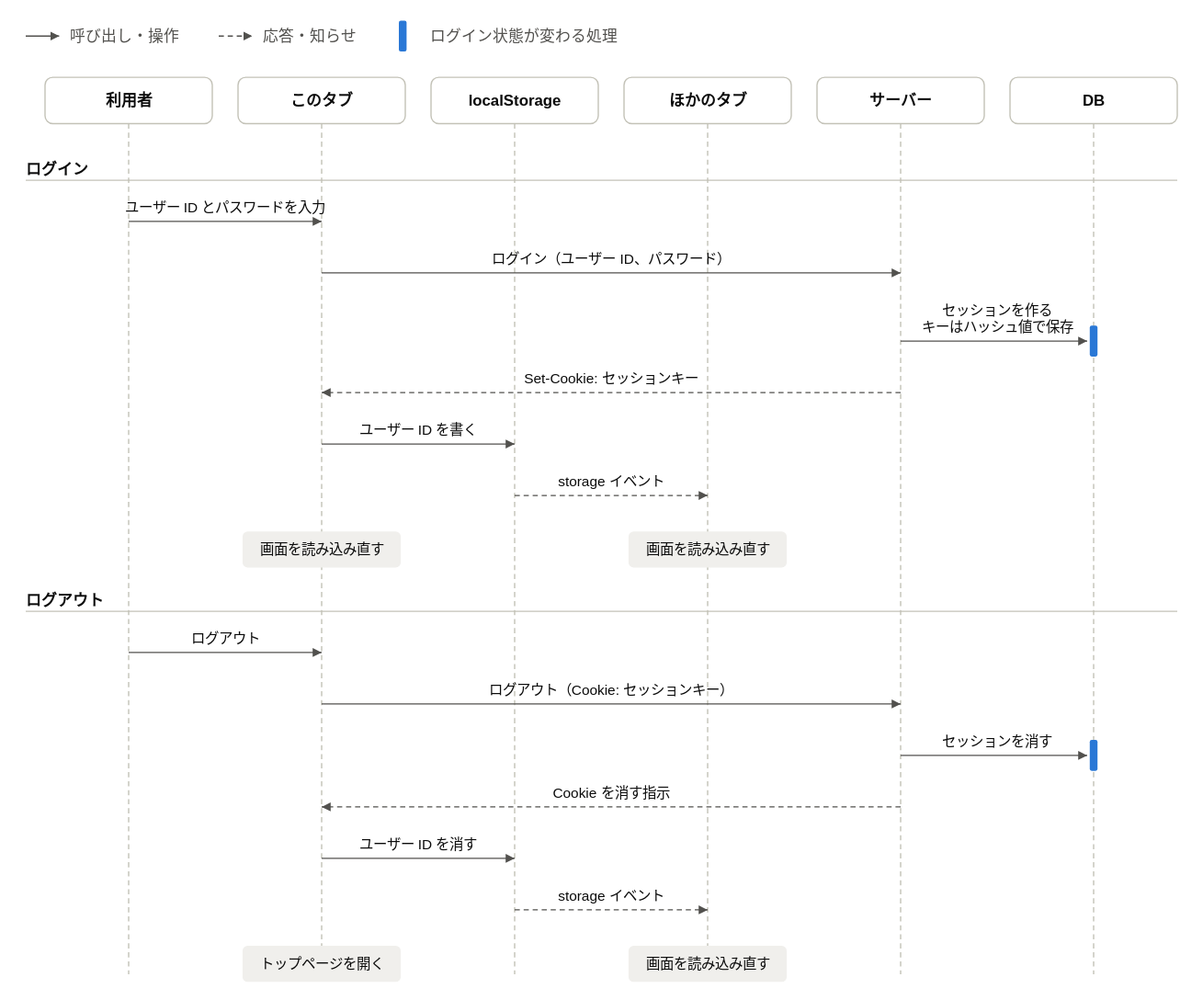
The draw.io diagram demo/101_販売管理システム/標準仕様書/images/ログインの流れ_ログインとログアウト.drawio.svg in halllky/NijoAppScaffold, before a commit. Source tidied: cells renumbered, new cells last; positions are measured from the earlier drawing's top-left corner, leaving out a move shared by most shapes.
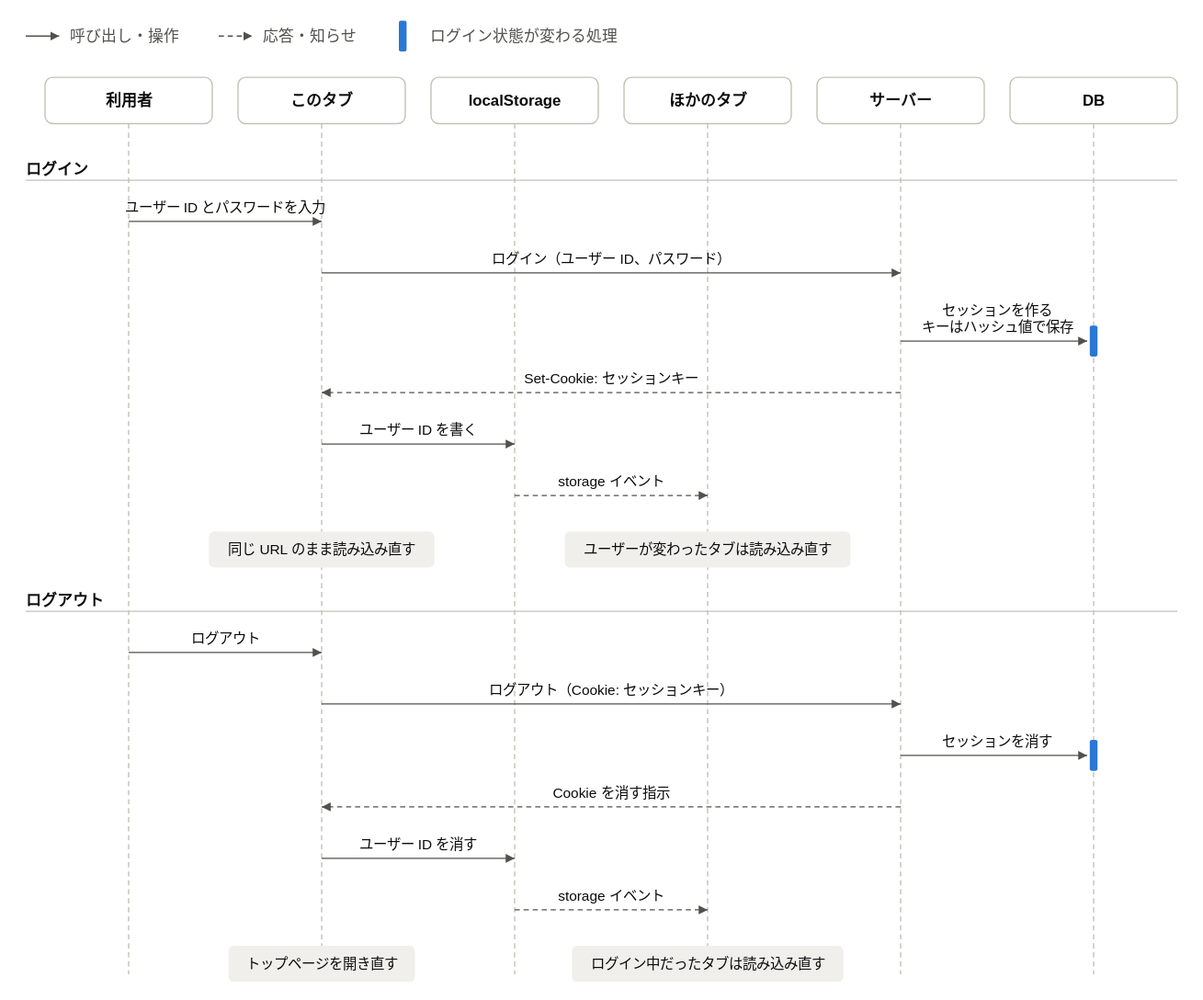
After the commit.

Commit message:
デモ101 標準仕様書13章の流れ図を、本文の条件と食い違って見えないように直す

- ログインとログアウトの図：このタブは同じ URL のまま読み込み直すこと（AUTH-005）、ほかのタブはユーザーが変わったタブ、ログイン中だったタブだけが読み込み直すことを注記にする。
- ログイン状態が切れていたときの図：Cookie を消させる段に、ログイン状態が変わる処理の印を付ける。別のユーザーでログインし直したときは送り直さずに読み込み直し、同じユーザーのときだけ呼び出し直す分かれ道を描く。

Claude-Session: https://claude.ai/code/session_01VmEwDMyciJ5svY5fNVQSZm

The edit, as a diff of the source:
```diff
@@ -165,16 +165,16 @@
       <mxGeometry x="380" y="350" width="150" height="13" as="geometry" />
     </mxCell>
     <mxCell id="41" style="rounded=1;absoluteArcSize=1;arcSize=8;html=1;fillColor=#f0efec;strokeColor=none;strokeWidth=1;" parent="1" vertex="1">
-      <mxGeometry x="168.5" y="397" width="123" height="28" as="geometry" />
+      <mxGeometry x="142.4" y="397" width="175.2" height="28" as="geometry" />
     </mxCell>
-    <mxCell id="42" value="画面を読み込み直す" style="text;html=1;align=center;verticalAlign=middle;fontSize=11;fontColor=#0b0b0b;fontStyle=0;spacing=0;" parent="1" vertex="1">
-      <mxGeometry x="172.5" y="397" width="115" height="28" as="geometry" />
+    <mxCell id="42" value="同じ URL のまま読み込み直す" style="text;html=1;align=center;verticalAlign=middle;fontSize=11;fontColor=#0b0b0b;fontStyle=0;spacing=0;" parent="1" vertex="1">
+      <mxGeometry x="146.4" y="397" width="167.2" height="28" as="geometry" />
     </mxCell>
     <mxCell id="43" style="rounded=1;absoluteArcSize=1;arcSize=8;html=1;fillColor=#f0efec;strokeColor=none;strokeWidth=1;" parent="1" vertex="1">
-      <mxGeometry x="468.5" y="397" width="123" height="28" as="geometry" />
+      <mxGeometry x="419" y="397" width="222" height="28" as="geometry" />
     </mxCell>
-    <mxCell id="44" value="画面を読み込み直す" style="text;html=1;align=center;verticalAlign=middle;fontSize=11;fontColor=#0b0b0b;fontStyle=0;spacing=0;" parent="1" vertex="1">
-      <mxGeometry x="472.5" y="397" width="115" height="28" as="geometry" />
+    <mxCell id="44" value="ユーザーが変わったタブは読み込み直す" style="text;html=1;align=center;verticalAlign=middle;fontSize=11;fontColor=#0b0b0b;fontStyle=0;spacing=0;" parent="1" vertex="1">
+      <mxGeometry x="423" y="397" width="214" height="28" as="geometry" />
     </mxCell>
     <mxCell id="45" style="html=1;rounded=0;endArrow=none;endFill=1;endSize=6;startArrow=none;strokeColor=#c3c2b7;strokeWidth=1;fontSize=11;fontColor=#52514e;labelBackgroundColor=#ffffff;" parent="1" edge="1">
       <mxGeometry relative="1" as="geometry">
@@ -243,16 +243,16 @@
       <mxGeometry x="380" y="672" width="150" height="13" as="geometry" />
     </mxCell>
     <mxCell id="60" style="rounded=1;absoluteArcSize=1;arcSize=8;html=1;fillColor=#f0efec;strokeColor=none;strokeWidth=1;" parent="1" vertex="1">
-      <mxGeometry x="168.5" y="719" width="123" height="28" as="geometry" />
+      <mxGeometry x="157.5" y="719" width="145" height="28" as="geometry" />
     </mxCell>
-    <mxCell id="61" value="トップページを開く" style="text;html=1;align=center;verticalAlign=middle;fontSize=11;fontColor=#0b0b0b;fontStyle=0;spacing=0;" parent="1" vertex="1">
-      <mxGeometry x="172.5" y="719" width="115" height="28" as="geometry" />
+    <mxCell id="61" value="トップページを開き直す" style="text;html=1;align=center;verticalAlign=middle;fontSize=11;fontColor=#0b0b0b;fontStyle=0;spacing=0;" parent="1" vertex="1">
+      <mxGeometry x="161.5" y="719" width="137" height="28" as="geometry" />
     </mxCell>
     <mxCell id="62" style="rounded=1;absoluteArcSize=1;arcSize=8;html=1;fillColor=#f0efec;strokeColor=none;strokeWidth=1;" parent="1" vertex="1">
-      <mxGeometry x="468.5" y="719" width="123" height="28" as="geometry" />
+      <mxGeometry x="424.5" y="719" width="211" height="28" as="geometry" />
     </mxCell>
-    <mxCell id="63" value="画面を読み込み直す" style="text;html=1;align=center;verticalAlign=middle;fontSize=11;fontColor=#0b0b0b;fontStyle=0;spacing=0;" parent="1" vertex="1">
-      <mxGeometry x="472.5" y="719" width="115" height="28" as="geometry" />
+    <mxCell id="63" value="ログイン中だったタブは読み込み直す" style="text;html=1;align=center;verticalAlign=middle;fontSize=11;fontColor=#0b0b0b;fontStyle=0;spacing=0;" parent="1" vertex="1">
+      <mxGeometry x="428.5" y="719" width="203" height="28" as="geometry" />
     </mxCell>
   </root>
 </mxGraphModel>
```
